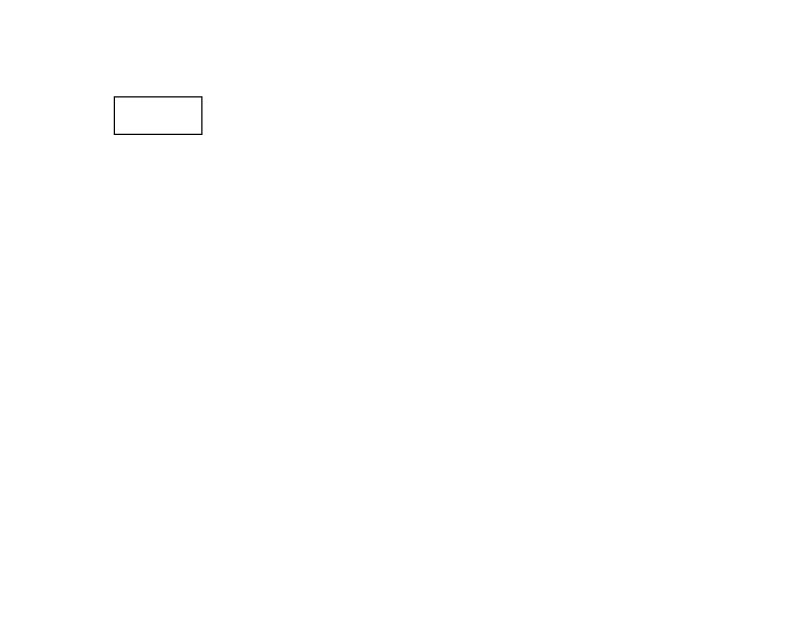
Earlier version of the draw.io diagram SCHEMA1.drawio (asim14/asim14). Source tidied: cells renumbered, new cells numbered last; positions are measured from the earlier drawing's top-left corner, leaving out a move shared by most shapes. Both pictures are drawn from the tidied source at 125%, with x=0, y=0 at pixel (114, 96).
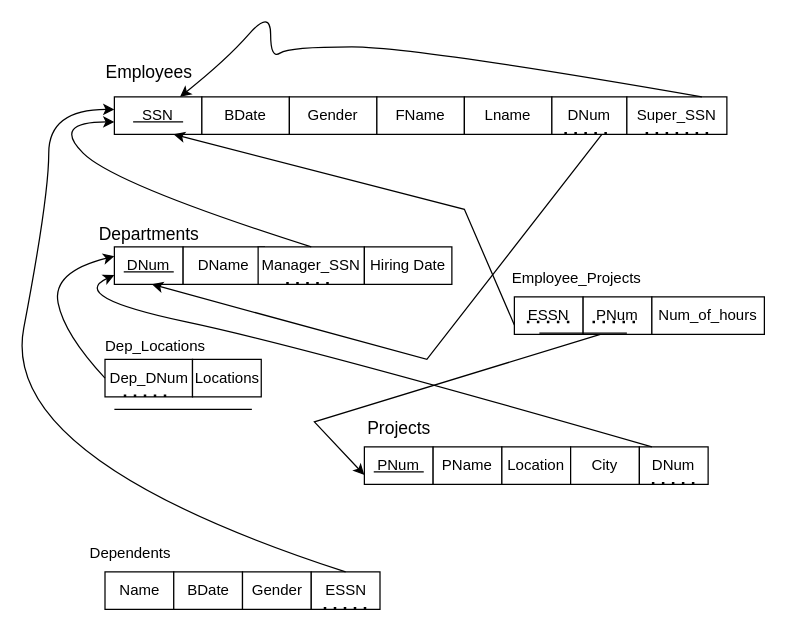
After the change.

What changed in the source:
```diff
@@
-    <mxCell id="2" style="rounded=0;whiteSpace=wrap;html=1;" parent="1" vertex="1">
+    <mxCell id="2" value="SSN" style="rounded=0;whiteSpace=wrap;html=1;" parent="1" vertex="1">
       <mxGeometry width="70" height="30" as="geometry" />
     </mxCell>
+    <mxCell id="3" value="BDate" style="rounded=0;whiteSpace=wrap;html=1;" parent="1" vertex="1">
+      <mxGeometry x="70" width="70" height="30" as="geometry" />
+    </mxCell>
+    <mxCell id="4" value="Gender" style="rounded=0;whiteSpace=wrap;html=1;" parent="1" vertex="1">
+      <mxGeometry x="140" width="70" height="30" as="geometry" />
+    </mxCell>
+    <mxCell id="5" value="FName" style="rounded=0;whiteSpace=wrap;html=1;" parent="1" vertex="1">
+      <mxGeometry x="210" width="70" height="30" as="geometry" />
+    </mxCell>
+    <mxCell id="6" value="Lname" style="rounded=0;whiteSpace=wrap;html=1;" parent="1" vertex="1">
+      <mxGeometry x="280" width="70" height="30" as="geometry" />
+    </mxCell>
+    <mxCell id="7" style="endArrow=none;html=1;rounded=0;" parent="1" edge="1">
+      <mxGeometry relative="1" as="geometry">
+        <mxPoint x="15" y="20" as="sourcePoint" />
+        <mxPoint x="55" y="20" as="targetPoint" />
+      </mxGeometry>
+    </mxCell>
+    <mxCell id="8" value="&lt;font style=&quot;font-size: 14px;&quot;&gt;Employees&lt;/font&gt;" style="text;html=1;align=center;verticalAlign=middle;whiteSpace=wrap;rounded=0;" parent="1" vertex="1">
+      <mxGeometry x="7.5" y="-30" width="40" height="20" as="geometry" />
+    </mxCell>
+    <mxCell id="9" value="DNum" style="rounded=0;whiteSpace=wrap;html=1;" parent="1" vertex="1">
+      <mxGeometry y="120" width="55" height="30" as="geometry" />
+    </mxCell>
+    <mxCell id="10" value="DName" style="rounded=0;whiteSpace=wrap;html=1;" parent="1" vertex="1">
+      <mxGeometry x="55" y="120" width="65" height="30" as="geometry" />
+    </mxCell>
+    <mxCell id="11" value="&lt;font style=&quot;font-size: 14px;&quot;&gt;Departments&lt;/font&gt;" style="text;html=1;align=center;verticalAlign=middle;whiteSpace=wrap;rounded=0;" parent="1" vertex="1">
+      <mxGeometry x="7.5" y="100" width="40" height="20" as="geometry" />
+    </mxCell>
+    <mxCell id="12" value="Dep_DNum" style="rounded=0;whiteSpace=wrap;html=1;" parent="1" vertex="1">
+      <mxGeometry x="-7.5" y="210" width="70" height="30" as="geometry" />
+    </mxCell>
+    <mxCell id="13" value="Locations" style="rounded=0;whiteSpace=wrap;html=1;" parent="1" vertex="1">
+      <mxGeometry x="62.5" y="210" width="55" height="30" as="geometry" />
+    </mxCell>
+    <mxCell id="14" style="endArrow=none;html=1;rounded=0;" parent="1" edge="1">
+      <mxGeometry relative="1" as="geometry">
+        <mxPoint x="7.5" y="140" as="sourcePoint" />
+        <mxPoint x="47.5" y="140" as="targetPoint" />
+      </mxGeometry>
+    </mxCell>
+    <mxCell id="15" value="Dep_Locations" style="text;html=1;align=center;verticalAlign=middle;whiteSpace=wrap;rounded=0;" parent="1" vertex="1">
+      <mxGeometry x="17.5" y="190" width="30" height="20" as="geometry" />
+    </mxCell>
+    <mxCell id="16" style="endArrow=none;dashed=1;html=1;dashPattern=1 3;strokeWidth=2;rounded=0;" parent="1" edge="1">
+      <mxGeometry relative="1" as="geometry">
+        <mxPoint x="7.5" y="239" as="sourcePoint" />
+        <mxPoint x="47.5" y="239" as="targetPoint" />
+      </mxGeometry>
+    </mxCell>
+    <mxCell id="17" style="endArrow=none;html=1;rounded=0;" parent="1" edge="1">
+      <mxGeometry relative="1" as="geometry">
+        <mxPoint y="250" as="sourcePoint" />
+        <mxPoint x="110" y="250" as="targetPoint" />
+      </mxGeometry>
+    </mxCell>
+    <mxCell id="18" style="curved=1;endArrow=classic;html=1;rounded=0;exitX=0;exitY=0.5;exitDx=0;exitDy=0;entryX=0;entryY=0.25;entryDx=0;entryDy=0;" parent="1" edge="1" source="12" target="9">
+      <mxGeometry relative="1" as="geometry">
+        <Array as="points">
+          <mxPoint x="-40" y="190" />
+          <mxPoint x="-50" y="140" />
+        </Array>
+      </mxGeometry>
+    </mxCell>
+    <mxCell id="19" value="PNum" style="rounded=0;whiteSpace=wrap;html=1;" parent="1" vertex="1">
+      <mxGeometry x="200" y="280" width="55" height="30" as="geometry" />
+    </mxCell>
+    <mxCell id="20" value="PName" style="rounded=0;whiteSpace=wrap;html=1;" parent="1" vertex="1">
+      <mxGeometry x="255" y="280" width="55" height="30" as="geometry" />
+    </mxCell>
+    <mxCell id="21" value="Location" style="rounded=0;whiteSpace=wrap;html=1;" parent="1" vertex="1">
+      <mxGeometry x="310" y="280" width="55" height="30" as="geometry" />
+    </mxCell>
+    <mxCell id="22" value="City" style="rounded=0;whiteSpace=wrap;html=1;" parent="1" vertex="1">
+      <mxGeometry x="365" y="280" width="55" height="30" as="geometry" />
+    </mxCell>
+    <mxCell id="23" style="endArrow=none;html=1;rounded=0;" parent="1" edge="1">
+      <mxGeometry relative="1" as="geometry">
+        <mxPoint x="207.5" y="300" as="sourcePoint" />
+        <mxPoint x="247.5" y="300" as="targetPoint" />
+      </mxGeometry>
+    </mxCell>
+    <mxCell id="24" value="&lt;font style=&quot;font-size: 14px;&quot;&gt;Projects&lt;/font&gt;" style="text;html=1;align=center;verticalAlign=middle;whiteSpace=wrap;rounded=0;" parent="1" vertex="1">
+      <mxGeometry x="207.5" y="260" width="40" height="10" as="geometry" />
+    </mxCell>
+    <mxCell id="25" value="Name" style="rounded=0;whiteSpace=wrap;html=1;" parent="1" vertex="1">
+      <mxGeometry x="-7.5" y="380" width="55" height="30" as="geometry" />
+    </mxCell>
+    <mxCell id="26" value="BDate" style="rounded=0;whiteSpace=wrap;html=1;" parent="1" vertex="1">
+      <mxGeometry x="47.5" y="380" width="55" height="30" as="geometry" />
+    </mxCell>
+    <mxCell id="27" value="Gender" style="rounded=0;whiteSpace=wrap;html=1;" parent="1" vertex="1">
+      <mxGeometry x="102.5" y="380" width="55" height="30" as="geometry" />
+    </mxCell>
+    <mxCell id="28" value="ESSN" style="rounded=0;whiteSpace=wrap;html=1;" parent="1" vertex="1">
+      <mxGeometry x="157.5" y="380" width="55" height="30" as="geometry" />
+    </mxCell>
+    <mxCell id="29" style="curved=1;endArrow=classic;html=1;rounded=0;exitX=0.5;exitY=0;exitDx=0;exitDy=0;" parent="1" edge="1" source="28">
+      <mxGeometry relative="1" as="geometry">
+        <mxPoint y="10" as="targetPoint" />
+        <Array as="points">
+          <mxPoint x="-92.5" y="290" />
+          <mxPoint x="-52.5" y="80" />
+          <mxPoint x="-52.5" y="10" />
+        </Array>
+      </mxGeometry>
+    </mxCell>
+    <mxCell id="30" value="Manager_SSN" style="rounded=0;whiteSpace=wrap;html=1;" parent="1" vertex="1">
+      <mxGeometry x="115" y="120" width="85" height="30" as="geometry" />
+    </mxCell>
+    <mxCell id="31" style="endArrow=none;dashed=1;html=1;dashPattern=1 3;strokeWidth=2;rounded=0;" parent="1" edge="1">
+      <mxGeometry relative="1" as="geometry">
+        <mxPoint x="137.5" y="149" as="sourcePoint" />
+        <mxPoint x="177.5" y="149" as="targetPoint" />
+      </mxGeometry>
+    </mxCell>
+    <mxCell id="32" style="curved=1;endArrow=classic;html=1;rounded=0;exitX=0.5;exitY=0;exitDx=0;exitDy=0;" parent="1" edge="1" source="30">
+      <mxGeometry relative="1" as="geometry">
+        <mxPoint y="20" as="targetPoint" />
+        <Array as="points">
+          <mxPoint y="70" />
+          <mxPoint x="-50" y="20" />
+        </Array>
+      </mxGeometry>
+    </mxCell>
+    <mxCell id="33" value="DNum" style="rounded=0;whiteSpace=wrap;html=1;" parent="1" vertex="1">
+      <mxGeometry x="350" width="60" height="30" as="geometry" />
+    </mxCell>
+    <mxCell id="34" style="endArrow=none;dashed=1;html=1;dashPattern=1 3;strokeWidth=2;rounded=0;" parent="1" edge="1">
+      <mxGeometry relative="1" as="geometry">
+        <mxPoint x="360" y="29" as="sourcePoint" />
+        <mxPoint x="400" y="29" as="targetPoint" />
+      </mxGeometry>
+    </mxCell>
+    <mxCell id="35" value="DNum" style="rounded=0;whiteSpace=wrap;html=1;" parent="1" vertex="1">
+      <mxGeometry x="420" y="280" width="55" height="30" as="geometry" />
+    </mxCell>
+    <mxCell id="36" style="endArrow=none;dashed=1;html=1;dashPattern=1 3;strokeWidth=2;rounded=0;" parent="1" edge="1">
+      <mxGeometry relative="1" as="geometry">
+        <mxPoint x="430" y="309" as="sourcePoint" />
+        <mxPoint x="470" y="309" as="targetPoint" />
+      </mxGeometry>
+    </mxCell>
+    <mxCell id="37" style="curved=1;endArrow=classic;html=1;rounded=0;entryX=0;entryY=0.75;entryDx=0;entryDy=0;exitX=0.5;exitY=0;exitDx=0;exitDy=0;" parent="1" edge="1" target="9">
+      <mxGeometry relative="1" as="geometry">
+        <mxPoint x="430" y="280" as="sourcePoint" />
+        <Array as="points">
+          <mxPoint x="152.5" y="200" />
+          <mxPoint x="-37.5" y="160" />
+        </Array>
+      </mxGeometry>
+    </mxCell>
+    <mxCell id="38" value="Super_SSN" style="rounded=0;whiteSpace=wrap;html=1;" parent="1" vertex="1">
+      <mxGeometry x="410" width="80" height="30" as="geometry" />
+    </mxCell>
+    <mxCell id="39" style="endArrow=none;dashed=1;html=1;dashPattern=1 3;strokeWidth=2;rounded=0;" parent="1" edge="1">
+      <mxGeometry relative="1" as="geometry">
+        <mxPoint x="425" y="29" as="sourcePoint" />
+        <mxPoint x="475" y="29" as="targetPoint" />
+      </mxGeometry>
+    </mxCell>
+    <mxCell id="40" style="curved=1;endArrow=classic;html=1;rounded=0;entryX=0.75;entryY=0;entryDx=0;entryDy=0;exitX=0.75;exitY=0;exitDx=0;exitDy=0;" parent="1" edge="1" source="38" target="2">
+      <mxGeometry relative="1" as="geometry">
+        <Array as="points">
+          <mxPoint x="240" y="-40" />
+          <mxPoint x="140" y="-40" />
+          <mxPoint x="125" y="-30" />
+          <mxPoint x="125" y="-70" />
+          <mxPoint x="90" y="-30" />
+        </Array>
+      </mxGeometry>
+    </mxCell>
+    <mxCell id="41" value="Dependents" style="text;html=1;align=center;verticalAlign=middle;whiteSpace=wrap;rounded=0;" parent="1" vertex="1">
+      <mxGeometry x="-7.5" y="360" width="40" height="10" as="geometry" />
+    </mxCell>
+    <mxCell id="42" style="endArrow=none;dashed=1;html=1;dashPattern=1 3;strokeWidth=2;rounded=0;" parent="1" edge="1">
+      <mxGeometry relative="1" as="geometry">
+        <mxPoint x="167.5" y="409" as="sourcePoint" />
+        <mxPoint x="207.5" y="409" as="targetPoint" />
+      </mxGeometry>
+    </mxCell>
+    <mxCell id="43" value="ESSN" style="rounded=0;whiteSpace=wrap;html=1;" parent="1" vertex="1">
+      <mxGeometry x="320" y="160" width="55" height="30" as="geometry" />
+    </mxCell>
+    <mxCell id="44" value="PNum" style="rounded=0;whiteSpace=wrap;html=1;" parent="1" vertex="1">
+      <mxGeometry x="375" y="160" width="55" height="30" as="geometry" />
+    </mxCell>
+    <mxCell id="45" value="Num_of_hours" style="rounded=0;whiteSpace=wrap;html=1;" parent="1" vertex="1">
+      <mxGeometry x="430" y="160" width="90" height="30" as="geometry" />
+    </mxCell>
+    <mxCell id="46" value="Employee_Projects" style="text;html=1;align=center;verticalAlign=middle;whiteSpace=wrap;rounded=0;" parent="1" vertex="1">
+      <mxGeometry x="350" y="140" width="40" height="10" as="geometry" />
+    </mxCell>
+    <mxCell id="47" style="endArrow=classic;html=1;rounded=0;exitX=0;exitY=0.75;exitDx=0;exitDy=0;" parent="1" edge="1" source="43">
+      <mxGeometry relative="1" as="geometry">
+        <mxPoint x="47.5" y="30" as="targetPoint" />
+        <Array as="points">
+          <mxPoint x="280" y="90" />
+        </Array>
+      </mxGeometry>
+    </mxCell>
+    <mxCell id="48" style="endArrow=classic;html=1;rounded=0;entryX=0;entryY=0.75;entryDx=0;entryDy=0;exitX=0.25;exitY=1;exitDx=0;exitDy=0;" parent="1" edge="1" source="44" target="19">
+      <mxGeometry relative="1" as="geometry">
+        <Array as="points">
+          <mxPoint x="160" y="260" />
+        </Array>
+      </mxGeometry>
+    </mxCell>
+    <mxCell id="49" style="endArrow=none;dashed=1;html=1;dashPattern=1 3;strokeWidth=2;rounded=0;" parent="1" edge="1">
+      <mxGeometry relative="1" as="geometry">
+        <mxPoint x="330" y="180" as="sourcePoint" />
+        <mxPoint x="370" y="180" as="targetPoint" />
+      </mxGeometry>
+    </mxCell>
+    <mxCell id="50" style="endArrow=none;dashed=1;html=1;dashPattern=1 3;strokeWidth=2;rounded=0;" parent="1" edge="1">
+      <mxGeometry relative="1" as="geometry">
+        <mxPoint x="382.5" y="180" as="sourcePoint" />
+        <mxPoint x="422.5" y="180" as="targetPoint" />
+      </mxGeometry>
+    </mxCell>
+    <mxCell id="51" style="endArrow=none;html=1;rounded=0;" parent="1" edge="1">
+      <mxGeometry relative="1" as="geometry">
+        <mxPoint x="340" y="189" as="sourcePoint" />
+        <mxPoint x="410" y="189" as="targetPoint" />
+      </mxGeometry>
+    </mxCell>
+    <mxCell id="52" style="endArrow=classic;html=1;rounded=0;" parent="1" edge="1">
+      <mxGeometry relative="1" as="geometry">
+        <mxPoint x="390" y="30" as="sourcePoint" />
+        <mxPoint x="30" y="150" as="targetPoint" />
+        <Array as="points">
+          <mxPoint x="250" y="210" />
+        </Array>
+      </mxGeometry>
+    </mxCell>
+    <mxCell id="53" value="Hiring Date" style="rounded=0;whiteSpace=wrap;html=1;" parent="1" vertex="1">
+      <mxGeometry x="200" y="120" width="70" height="30" as="geometry" />
+    </mxCell>
```
